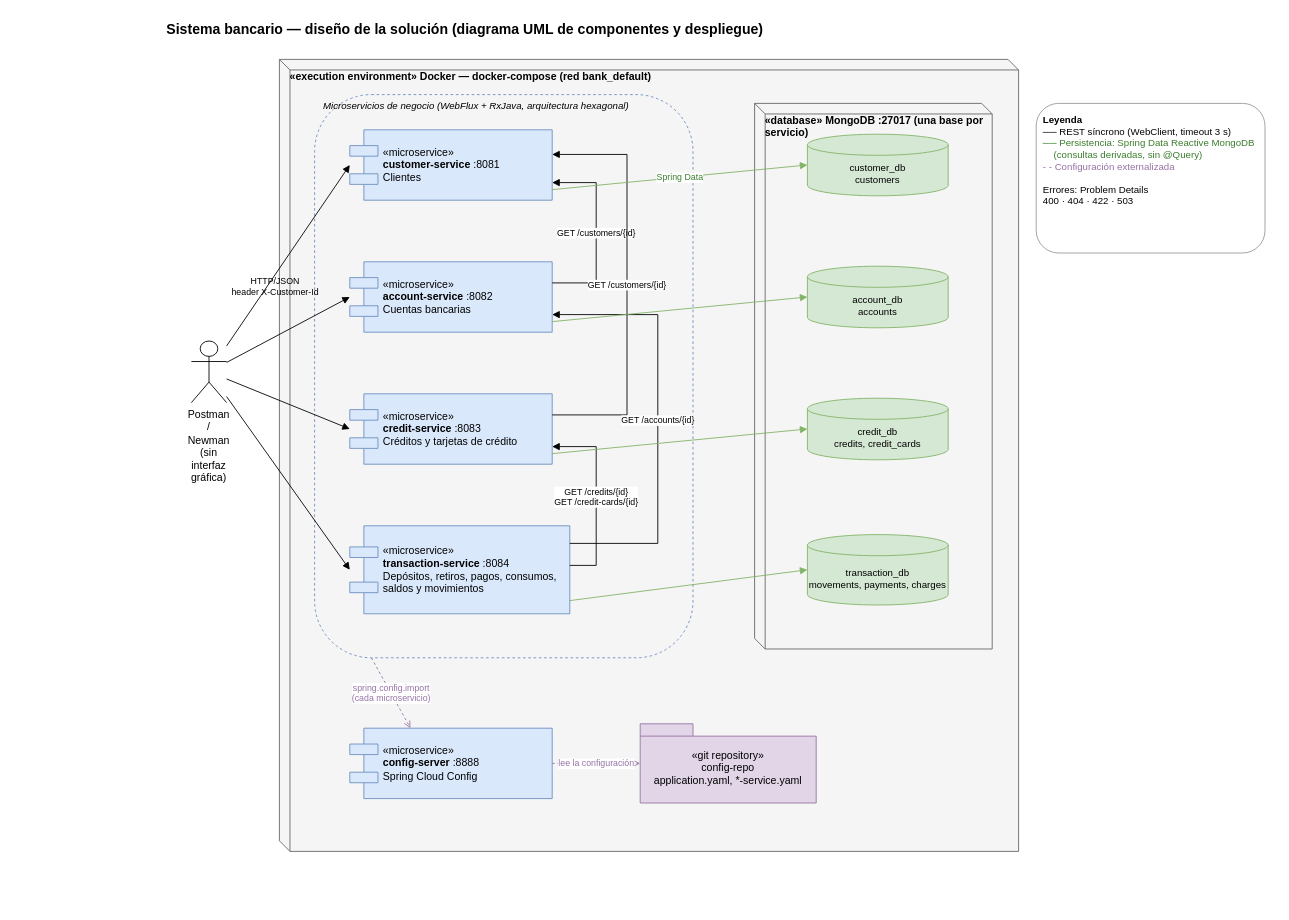
The draw.io diagram docs/diagrams/solution-design.drawio in kuroxbyte/bootcamp-bank-project-docs, before the edit. Source tidied: cells renumbered, new cells numbered last; positions are measured from the earlier drawing's top-left corner, leaving out a move shared by most shapes. Both pictures are drawn from the tidied source at 88%, with x=0, y=0 at pixel (165, 15).
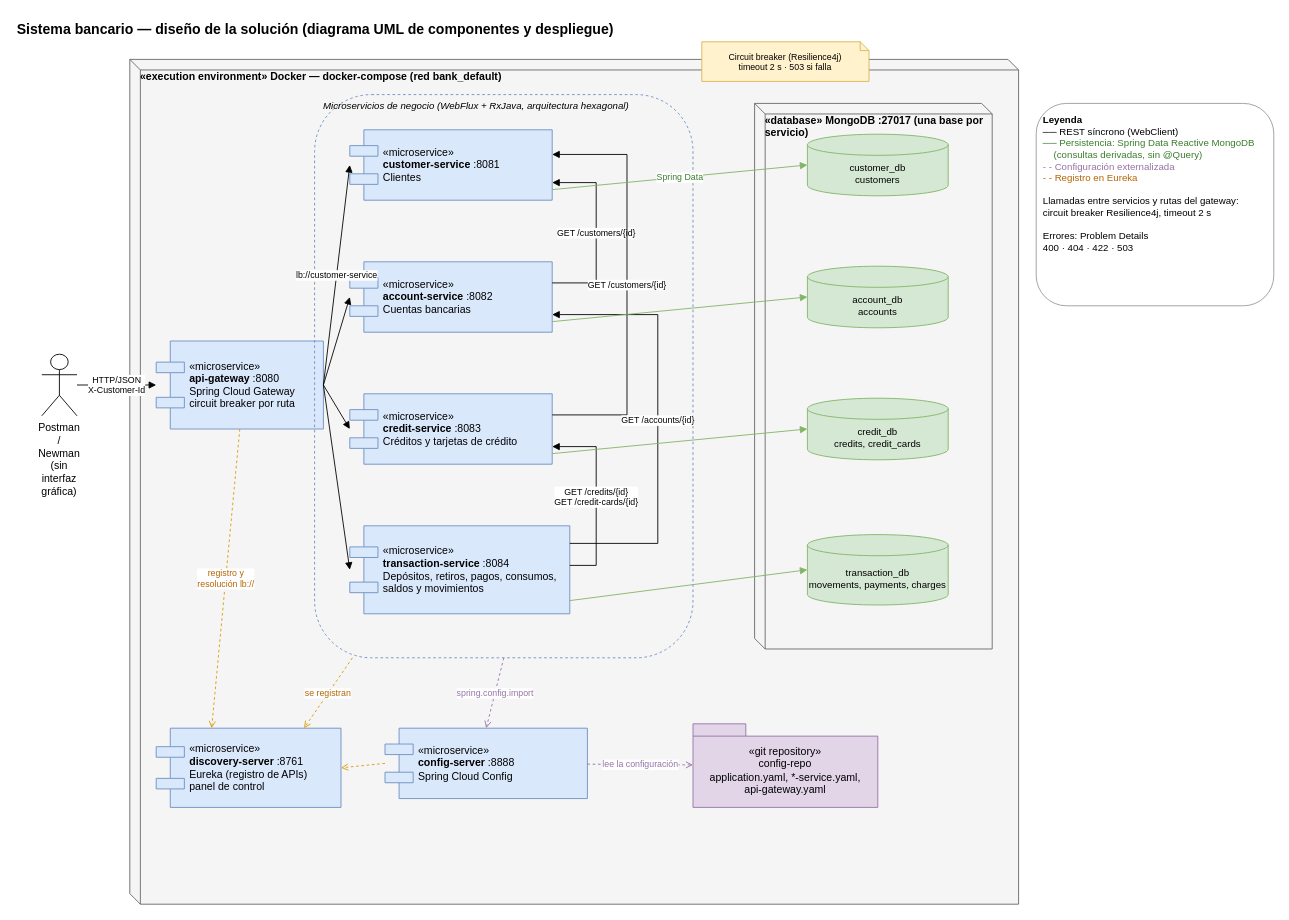
After the change.

Commit message (it also covers changes not shown here):
docs: incluir el gateway, Eureka y el circuit breaker en los diagramas

Unchanged cells that the change refers to:
```xml
<mxCell id="4" value="Microservicios de negocio (WebFlux + RxJava, arquitectura hexagonal)" style="rounded=1;dashed=1;fillColor=none;strokeColor=#6c8ebf;verticalAlign=top;align=left;spacingLeft=8;fontSize=11;fontStyle=2;html=1;whiteSpace=wrap;" parent="1" vertex="1">
  <mxGeometry x="170" y="90" width="430" height="640" as="geometry" />
</mxCell>
<mxCell id="5" value="«microservice»&lt;br&gt;&lt;b&gt;customer-service&lt;/b&gt; :8081&lt;br&gt;Clientes" style="shape=component;align=left;spacingLeft=36;html=1;whiteSpace=wrap;fillColor=#dae8fc;strokeColor=#6c8ebf;fontSize=12;" parent="1" vertex="1">
  <mxGeometry x="210" y="130" width="230" height="80" as="geometry" />
</mxCell>
<mxCell id="6" value="«microservice»&lt;br&gt;&lt;b&gt;account-service&lt;/b&gt; :8082&lt;br&gt;Cuentas bancarias" style="shape=component;align=left;spacingLeft=36;html=1;whiteSpace=wrap;fillColor=#dae8fc;strokeColor=#6c8ebf;fontSize=12;" parent="1" vertex="1">
  <mxGeometry x="210" y="280" width="230" height="80" as="geometry" />
</mxCell>
<mxCell id="7" value="«microservice»&lt;br&gt;&lt;b&gt;credit-service&lt;/b&gt; :8083&lt;br&gt;Créditos y tarjetas de crédito" style="shape=component;align=left;spacingLeft=36;html=1;whiteSpace=wrap;fillColor=#dae8fc;strokeColor=#6c8ebf;fontSize=12;" parent="1" vertex="1">
  <mxGeometry x="210" y="430" width="230" height="80" as="geometry" />
</mxCell>
<mxCell id="8" value="«microservice»&lt;br&gt;&lt;b&gt;transaction-service&lt;/b&gt; :8084&lt;br&gt;Depósitos, retiros, pagos, consumos,&lt;br&gt;saldos y movimientos" style="shape=component;align=left;spacingLeft=36;html=1;whiteSpace=wrap;fillColor=#dae8fc;strokeColor=#6c8ebf;fontSize=12;" parent="1" vertex="1">
  <mxGeometry x="210" y="580" width="250" height="100" as="geometry" />
</mxCell>
```

Change to the diagram source:
```diff
@@
     <mxCell id="2" value="Sistema bancario — diseño de la solución (diagrama UML de componentes y despliegue)" style="text;html=1;fontSize=16;fontStyle=1;align=left;" parent="1" vertex="1">
-      <mxGeometry width="900" height="30" as="geometry" />
+      <mxGeometry x="-170" width="900" height="30" as="geometry" />
     </mxCell>
     <mxCell id="3" value="«execution environment» Docker — docker-compose (red bank_default)" style="shape=cube;whiteSpace=wrap;html=1;size=12;verticalAlign=top;align=left;spacingLeft=10;spacingTop=6;fillColor=#f5f5f5;strokeColor=#666666;fontStyle=1;" parent="1" vertex="1">
-      <mxGeometry x="130" y="50" width="840" height="900" as="geometry" />
+      <mxGeometry x="-40" y="50" width="1010" height="960" as="geometry" />
     </mxCell>
+    <mxCell id="33" value="«microservice»&lt;br&gt;&lt;b&gt;api-gateway&lt;/b&gt; :8080&lt;br&gt;Spring Cloud Gateway&lt;br&gt;circuit breaker por ruta" style="shape=component;align=left;spacingLeft=36;html=1;whiteSpace=wrap;fillColor=#dae8fc;strokeColor=#6c8ebf;fontSize=12;" parent="1" vertex="1">
+      <mxGeometry x="-10" y="370" width="190" height="100" as="geometry" />
+    </mxCell>
@@
+    <mxCell id="34" value="«microservice»&lt;br&gt;&lt;b&gt;discovery-server&lt;/b&gt; :8761&lt;br&gt;Eureka (registro de APIs)&lt;br&gt;panel de control" style="shape=component;align=left;spacingLeft=36;html=1;whiteSpace=wrap;fillColor=#dae8fc;strokeColor=#6c8ebf;fontSize=12;" parent="1" vertex="1">
+      <mxGeometry x="-10" y="810" width="210" height="90" as="geometry" />
+    </mxCell>
     <mxCell id="14" value="«microservice»&lt;br&gt;&lt;b&gt;config-server&lt;/b&gt; :8888&lt;br&gt;Spring Cloud Config" style="shape=component;align=left;spacingLeft=36;html=1;whiteSpace=wrap;fillColor=#dae8fc;strokeColor=#6c8ebf;fontSize=12;" parent="1" vertex="1">
-      <mxGeometry x="210" y="810" width="230" height="80" as="geometry" />
+      <mxGeometry x="250" y="810" width="230" height="80" as="geometry" />
     </mxCell>
-    <mxCell id="15" value="«git repository»&lt;br&gt;config-repo&lt;br&gt;application.yaml, *-service.yaml" style="shape=folder;fontStyle=0;spacingTop=10;tabWidth=60;tabHeight=14;tabPosition=left;html=1;whiteSpace=wrap;fillColor=#e1d5e7;strokeColor=#9673a6;" parent="1" vertex="1">
-      <mxGeometry x="540" y="805" width="200" height="90" as="geometry" />
+    <mxCell id="15" value="«git repository»&lt;br&gt;config-repo&lt;br&gt;application.yaml, *-service.yaml,&lt;br&gt;api-gateway.yaml" style="shape=folder;fontStyle=0;spacingTop=10;tabWidth=60;tabHeight=14;tabPosition=left;html=1;whiteSpace=wrap;fillColor=#e1d5e7;strokeColor=#9673a6;" parent="1" vertex="1">
+      <mxGeometry x="600" y="805" width="210" height="95" as="geometry" />
     </mxCell>
     <mxCell id="16" value="Postman / Newman&lt;br&gt;(sin interfaz gráfica)" style="shape=umlActor;verticalLabelPosition=bottom;verticalAlign=top;html=1;whiteSpace=wrap;" parent="1" vertex="1">
-      <mxGeometry x="30" y="370" width="40" height="70" as="geometry" />
+      <mxGeometry x="-140" y="385" width="40" height="70" as="geometry" />
     </mxCell>
-    <mxCell id="17" style="endArrow=block;html=1;rounded=0;fontSize=10;labelBackgroundColor=#ffffff;entryX=0;entryY=0.5;" parent="1" edge="1" source="16" target="5">
-      <mxGeometry relative="1" as="geometry" />
-    </mxCell>
-    <mxCell id="18" style="endArrow=block;html=1;rounded=0;fontSize=10;labelBackgroundColor=#ffffff;entryX=0;entryY=0.5;" parent="1" edge="1" source="16" target="6">
-      <mxGeometry relative="1" as="geometry" />
-    </mxCell>
-    <mxCell id="19" style="endArrow=block;html=1;rounded=0;fontSize=10;labelBackgroundColor=#ffffff;entryX=0;entryY=0.5;" parent="1" edge="1" source="16" target="7">
-      <mxGeometry relative="1" as="geometry" />
-    </mxCell>
-    <mxCell id="20" style="endArrow=block;html=1;rounded=0;fontSize=10;labelBackgroundColor=#ffffff;entryX=0;entryY=0.5;" parent="1" edge="1" source="16" target="8">
-      <mxGeometry relative="1" as="geometry" />
-    </mxCell>
-    <mxCell id="21" value="HTTP/JSON&lt;br&gt;header X-Customer-Id" style="text;html=1;fontSize=10;align=center;" parent="1" vertex="1">
-      <mxGeometry x="65" y="290" width="120" height="30" as="geometry" />
-    </mxCell>
+    <mxCell id="35" value="HTTP/JSON&lt;br&gt;X-Customer-Id" style="endArrow=block;html=1;rounded=0;fontSize=10;labelBackgroundColor=#ffffff;entryX=0;entryY=0.5;" parent="1" edge="1" source="16" target="33">
+      <mxGeometry relative="1" as="geometry" />
+    </mxCell>
+    <mxCell id="36" value="lb://customer-service" style="endArrow=block;html=1;rounded=0;fontSize=10;labelBackgroundColor=#ffffff;exitX=1;exitY=0.5;entryX=0;entryY=0.5;" parent="1" edge="1" source="33" target="5">
+      <mxGeometry relative="1" as="geometry" />
+    </mxCell>
+    <mxCell id="37" style="endArrow=block;html=1;rounded=0;fontSize=10;labelBackgroundColor=#ffffff;exitX=1;exitY=0.5;entryX=0;entryY=0.5;" parent="1" edge="1" source="33" target="6">
+      <mxGeometry relative="1" as="geometry" />
+    </mxCell>
+    <mxCell id="38" style="endArrow=block;html=1;rounded=0;fontSize=10;labelBackgroundColor=#ffffff;exitX=1;exitY=0.5;entryX=0;entryY=0.5;" parent="1" edge="1" source="33" target="7">
+      <mxGeometry relative="1" as="geometry" />
+    </mxCell>
+    <mxCell id="39" style="endArrow=block;html=1;rounded=0;fontSize=10;labelBackgroundColor=#ffffff;exitX=1;exitY=0.5;entryX=0;entryY=0.5;" parent="1" edge="1" source="33" target="8">
+      <mxGeometry relative="1" as="geometry" />
+    </mxCell>
+    <mxCell id="40" value="Circuit breaker (Resilience4j)&lt;br&gt;timeout 2 s · 503 si falla" style="shape=note;whiteSpace=wrap;html=1;size=10;fillColor=#fff2cc;strokeColor=#d6b656;fontSize=10;" parent="1" vertex="1">
+      <mxGeometry x="610" y="30" width="190" height="45" as="geometry" />
+    </mxCell>
@@
-    <mxCell id="30" value="spring.config.import&lt;br&gt;(cada microservicio)" style="endArrow=open;dashed=1;html=1;rounded=0;fontSize=10;strokeColor=#9673a6;fontColor=#9673a6;labelBackgroundColor=#ffffff;exitX=0.15;exitY=1;entryX=0.3;entryY=0;" parent="1" edge="1" source="4" target="14">
+    <mxCell id="30" value="spring.config.import" style="endArrow=open;dashed=1;html=1;rounded=0;fontSize=10;strokeColor=#9673a6;fontColor=#9673a6;labelBackgroundColor=#ffffff;exitX=0.5;exitY=1;entryX=0.5;entryY=0;" parent="1" edge="1" source="4" target="14">
       <mxGeometry relative="1" as="geometry" />
     </mxCell>
@@
+    <mxCell id="41" value="se registran" style="endArrow=open;dashed=1;html=1;rounded=0;fontSize=10;strokeColor=#d79b00;fontColor=#b46504;labelBackgroundColor=#ffffff;exitX=0.1;exitY=1;entryX=0.8;entryY=0;" parent="1" edge="1" source="4" target="34">
+      <mxGeometry relative="1" as="geometry" />
+    </mxCell>
+    <mxCell id="42" value="registro y&lt;br&gt;resolución lb://" style="endArrow=open;dashed=1;html=1;rounded=0;fontSize=10;strokeColor=#d79b00;fontColor=#b46504;labelBackgroundColor=#ffffff;exitX=0.5;exitY=1;entryX=0.3;entryY=0;" parent="1" edge="1" source="33" target="34">
+      <mxGeometry relative="1" as="geometry" />
+    </mxCell>
+    <mxCell id="43" style="endArrow=open;dashed=1;html=1;rounded=0;fontSize=10;strokeColor=#d79b00;fontColor=#b46504;labelBackgroundColor=#ffffff;exitX=0;exitY=0.5;entryX=1;entryY=0.5;" parent="1" edge="1" source="14" target="34">
+      <mxGeometry relative="1" as="geometry" />
+    </mxCell>
-    <mxCell id="32" value="&lt;b&gt;Leyenda&lt;/b&gt;&lt;br&gt;── REST síncrono (WebClient, timeout 3 s)&lt;br&gt;&lt;font color='#3a7d2c'&gt;── Persistencia: Spring Data Reactive MongoDB&lt;br&gt;&amp;nbsp;&amp;nbsp;&amp;nbsp;&amp;nbsp;(consultas derivadas, sin @Query)&lt;/font&gt;&lt;br&gt;&lt;font color='#9673a6'&gt;- - Configuración externalizada&lt;/font&gt;&lt;br&gt;&lt;br&gt;Errores: Problem Details&lt;br&gt;400 · 404 · 422 · 503" style="text;html=1;align=left;verticalAlign=top;whiteSpace=wrap;rounded=1;strokeColor=#999999;fillColor=#ffffff;spacing=8;fontSize=11;" parent="1" vertex="1">
-      <mxGeometry x="990" y="100" width="260" height="170" as="geometry" />
+    <mxCell id="32" value="&lt;b&gt;Leyenda&lt;/b&gt;&lt;br&gt;── REST síncrono (WebClient)&lt;br&gt;&lt;font color='#3a7d2c'&gt;── Persistencia: Spring Data Reactive MongoDB&lt;br&gt;&amp;nbsp;&amp;nbsp;&amp;nbsp;&amp;nbsp;(consultas derivadas, sin @Query)&lt;/font&gt;&lt;br&gt;&lt;font color='#9673a6'&gt;- - Configuración externalizada&lt;/font&gt;&lt;br&gt;&lt;font color='#b46504'&gt;- - Registro en Eureka&lt;/font&gt;&lt;br&gt;&lt;br&gt;Llamadas entre servicios y rutas del gateway:&lt;br&gt;circuit breaker Resilience4j, timeout 2 s&lt;br&gt;&lt;br&gt;Errores: Problem Details&lt;br&gt;400 · 404 · 422 · 503" style="text;html=1;align=left;verticalAlign=top;whiteSpace=wrap;rounded=1;strokeColor=#999999;fillColor=#ffffff;spacing=8;fontSize=11;" parent="1" vertex="1">
+      <mxGeometry x="990" y="100" width="270" height="230" as="geometry" />
     </mxCell>
```
